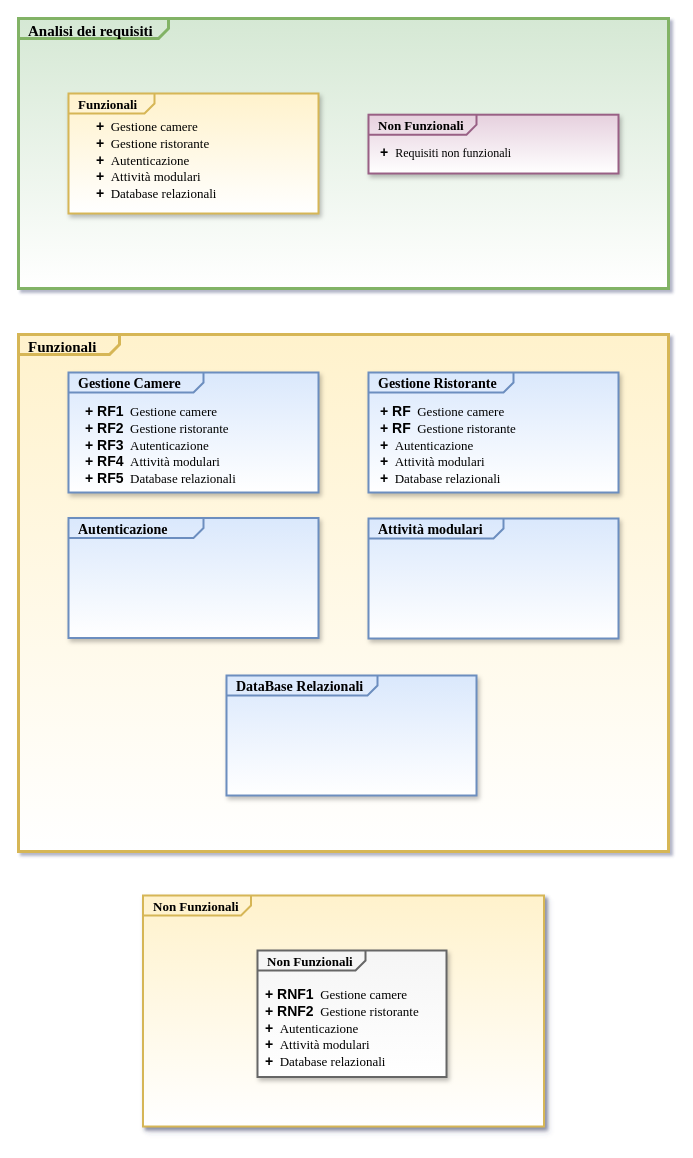
Raccispini/Progetto-Hotel keeps this draw.io diagram as analisi_dei_requisiti.drawio. Above is the earlier version. Source tidied: cells renumbered, new cells numbered last; positions are measured from the earlier drawing's top-left corner, leaving out a move shared by most shapes. Both pictures are drawn from the tidied source at 100%, with x=0, y=0 at pixel (18, 18).
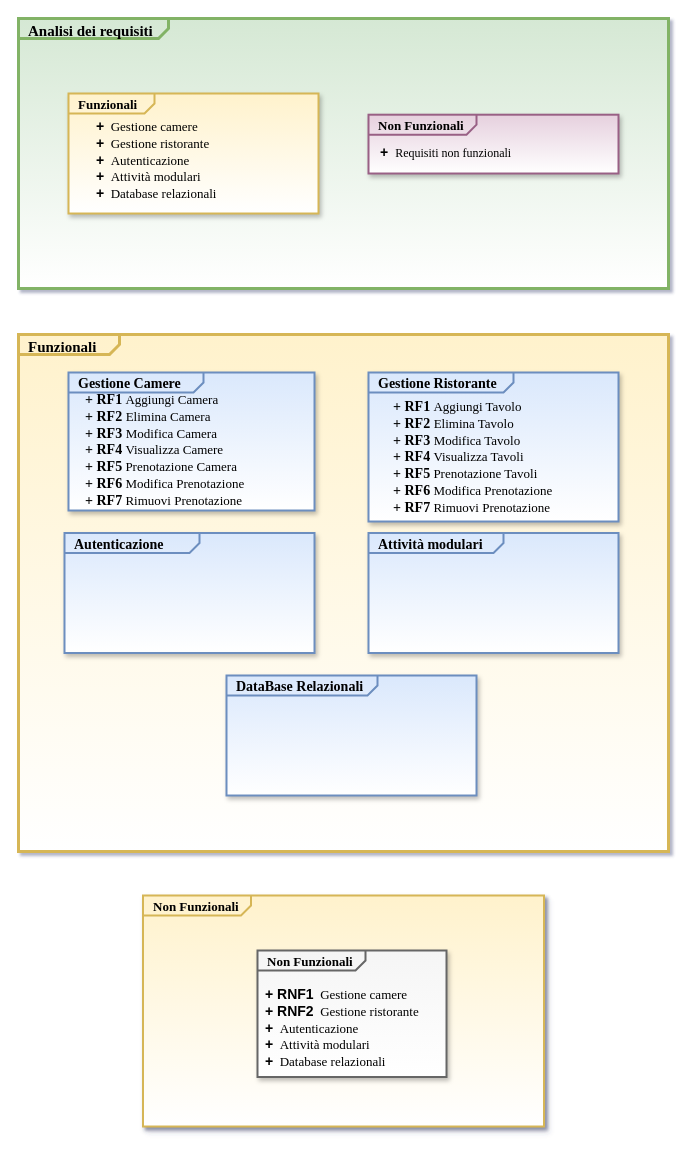
After the change.

The edit, as a diff of the source:
```diff
@@
 <mxGraphModel shadow="1">
   <root>
     <mxCell id="0" />
     <mxCell id="1" parent="0" />
     <mxCell id="2" value="&lt;p style=&quot;margin: 0px ; margin-top: 4px ; margin-left: 10px ; text-align: left&quot;&gt;&lt;b&gt;&lt;font face=&quot;Times New Roman&quot; style=&quot;font-size: 15px&quot;&gt;Analisi dei requisiti&lt;/font&gt;&lt;/b&gt;&lt;/p&gt;" style="html=1;shape=mxgraph.sysml.package;align=left;spacingLeft=5;verticalAlign=top;spacingTop=-3;labelX=150;html=1;overflow=fill;strokeColor=#82b366;strokeWidth=3;fillColor=#d5e8d4;gradientColor=#FFFFFF;" parent="1" vertex="1">
       <mxGeometry width="650" height="270" as="geometry" />
     </mxCell>
     <mxCell id="3" value="&lt;p style=&quot;margin: 0px ; margin-top: 4px ; margin-left: 10px ; text-align: left&quot;&gt;&lt;b&gt;&lt;font style=&quot;font-size: 13px&quot; face=&quot;Times New Roman&quot;&gt;Non Funzionali&lt;/font&gt;&lt;/b&gt;&lt;/p&gt;" style="html=1;shape=mxgraph.sysml.package;align=left;spacingLeft=5;verticalAlign=top;spacingTop=-3;labelX=108;html=1;overflow=fill;strokeColor=#996185;strokeWidth=2;fontSize=12;fillColor=#e6d0de;shadow=1;gradientColor=#FFFFFF;" parent="1" vertex="1">
       <mxGeometry x="350" y="96.2" width="250" height="58.8" as="geometry" />
     </mxCell>
     <mxCell id="4" value="&lt;p style=&quot;margin: 0px ; margin-top: 4px ; margin-left: 10px ; text-align: left&quot;&gt;&lt;b&gt;&lt;font face=&quot;Times New Roman&quot; style=&quot;font-size: 13px&quot;&gt;Funzionali&lt;/font&gt;&lt;/b&gt;&lt;/p&gt;" style="html=1;shape=mxgraph.sysml.package;align=left;spacingLeft=5;verticalAlign=top;spacingTop=-3;labelX=86;html=1;overflow=fill;fontSize=12;strokeColor=#d6b656;fillColor=#fff2cc;strokeWidth=2;shadow=1;gradientColor=#FFFFFF;" parent="1" vertex="1">
       <mxGeometry x="50" y="75" width="250" height="120" as="geometry" />
     </mxCell>
     <mxCell id="5" value="&lt;font&gt;&lt;font&gt;&lt;b&gt;&lt;font style=&quot;font-size: 14px&quot;&gt;+&lt;/font&gt;&lt;font face=&quot;Times New Roman&quot; style=&quot;font-size: 13px&quot;&gt;&amp;nbsp;&amp;nbsp;&lt;/font&gt;&lt;/b&gt;&lt;/font&gt;&lt;span style=&quot;font-size: 13px ; font-family: &amp;#34;times new roman&amp;#34;&quot;&gt;Gestione camere&lt;/span&gt;&lt;br&gt;&lt;b&gt;&lt;font style=&quot;font-size: 14px&quot;&gt;+&lt;/font&gt;&lt;/b&gt;&lt;span style=&quot;font-size: 13px ; font-family: &amp;#34;times new roman&amp;#34;&quot;&gt;&amp;nbsp;&lt;/span&gt;&lt;span style=&quot;font-size: 13px ; font-family: &amp;#34;times new roman&amp;#34;&quot;&gt;&amp;nbsp;Gestione ristorante&lt;/span&gt;&lt;br&gt;&lt;b&gt;&lt;font style=&quot;font-size: 14px&quot;&gt;+&lt;/font&gt;&lt;/b&gt;&lt;span style=&quot;font-size: 13px ; font-family: &amp;#34;times new roman&amp;#34;&quot;&gt;&amp;nbsp;&amp;nbsp;&lt;/span&gt;&lt;span style=&quot;font-size: 13px ; font-family: &amp;#34;times new roman&amp;#34;&quot;&gt;Autenticazione&lt;/span&gt;&lt;br&gt;&lt;b&gt;&lt;font style=&quot;font-size: 14px&quot;&gt;+&lt;/font&gt;&lt;/b&gt;&lt;span style=&quot;font-size: 13px ; font-family: &amp;#34;times new roman&amp;#34;&quot;&gt;&amp;nbsp;&lt;/span&gt;&lt;span style=&quot;font-size: 13px ; font-family: &amp;#34;times new roman&amp;#34;&quot;&gt;&amp;nbsp;Attività modulari&lt;/span&gt;&lt;br&gt;&lt;b&gt;&lt;font style=&quot;font-size: 14px&quot;&gt;+&lt;/font&gt;&lt;/b&gt;&lt;span style=&quot;font-size: 13px ; font-family: &amp;#34;times new roman&amp;#34;&quot;&gt;&amp;nbsp;&lt;/span&gt;&lt;span style=&quot;font-size: 13px ; font-family: &amp;#34;times new roman&amp;#34;&quot;&gt;&amp;nbsp;Database relazionali&lt;/span&gt;&lt;/font&gt;" style="text;strokeColor=none;fillColor=none;html=1;whiteSpace=wrap;verticalAlign=middle;overflow=hidden;" parent="1" vertex="1">
       <mxGeometry x="76" y="97.5" width="160" height="85" as="geometry" />
     </mxCell>
     <mxCell id="6" value="&lt;b style=&quot;font-size: 14px&quot;&gt;+&lt;font face=&quot;Times New Roman&quot;&gt;&amp;nbsp;&amp;nbsp;&lt;/font&gt;&lt;/b&gt;&lt;span style=&quot;font-family: &amp;#34;times new roman&amp;#34;&quot;&gt;Requisiti non funzionali&lt;/span&gt;&lt;br&gt;&lt;div&gt;&lt;br&gt;&lt;/div&gt;" style="text;html=1;whiteSpace=wrap;verticalAlign=middle;overflow=hidden;" parent="1" vertex="1">
       <mxGeometry x="360" y="123" width="180" height="30" as="geometry" />
     </mxCell>
     <mxCell id="7" value="&lt;p style=&quot;margin: 0px ; margin-top: 4px ; margin-left: 10px ; text-align: left&quot;&gt;&lt;b&gt;&lt;font style=&quot;font-size: 15px&quot; face=&quot;Times New Roman&quot;&gt;Funzionali&lt;/font&gt;&lt;/b&gt;&lt;/p&gt;" style="html=1;shape=mxgraph.sysml.package;align=left;spacingLeft=5;verticalAlign=top;spacingTop=0;labelX=101;html=1;overflow=fill;strokeColor=#d6b656;fillColor=#fff2cc;strokeWidth=3;noLabel=0;gradientColor=#FFFFFF;" parent="1" vertex="1">
       <mxGeometry y="316" width="650" height="517" as="geometry" />
     </mxCell>
     <mxCell id="8" value="&lt;p style=&quot;margin: 0px ; margin-top: 4px ; margin-left: 10px ; text-align: left&quot;&gt;&lt;b&gt;&lt;font style=&quot;font-size: 14px&quot; face=&quot;Times New Roman&quot;&gt;Gestione Camere&lt;/font&gt;&lt;/b&gt;&lt;/p&gt;" style="html=1;shape=mxgraph.sysml.package;align=left;spacingLeft=5;verticalAlign=top;spacingTop=-3;labelX=135;html=1;overflow=fill;strokeColor=#6c8ebf;strokeWidth=2;fontSize=12;fillColor=#dae8fc;shadow=1;gradientColor=#FFFFFF;" parent="1" vertex="1">
-      <mxGeometry x="50" y="354" width="250" height="120" as="geometry" />
+      <mxGeometry x="50" y="354" width="246" height="138" as="geometry" />
     </mxCell>
     <mxCell id="9" value="&lt;p style=&quot;margin: 0px ; margin-top: 4px ; margin-left: 10px ; text-align: left&quot;&gt;&lt;b&gt;&lt;font style=&quot;font-size: 14px&quot; face=&quot;Times New Roman&quot;&gt;Gestione Ristorante&lt;/font&gt;&lt;/b&gt;&lt;/p&gt;" style="html=1;shape=mxgraph.sysml.package;align=left;spacingLeft=5;verticalAlign=top;spacingTop=-3;labelX=145;html=1;overflow=fill;strokeColor=#6c8ebf;strokeWidth=2;fontSize=12;fillColor=#dae8fc;shadow=1;gradientColor=#FFFFFF;" parent="1" vertex="1">
-      <mxGeometry x="350" y="354" width="250" height="120" as="geometry" />
+      <mxGeometry x="350" y="354" width="250" height="149" as="geometry" />
     </mxCell>
-    <mxCell id="10" value="&lt;font&gt;&lt;font&gt;&lt;b&gt;&lt;font style=&quot;font-size: 14px&quot;&gt;+ RF1&lt;/font&gt;&lt;font face=&quot;Times New Roman&quot; style=&quot;font-size: 13px&quot;&gt;&amp;nbsp;&amp;nbsp;&lt;/font&gt;&lt;/b&gt;&lt;/font&gt;&lt;span style=&quot;font-size: 13px ; font-family: &amp;#34;times new roman&amp;#34;&quot;&gt;Gestione camere&lt;/span&gt;&lt;br&gt;&lt;b&gt;&lt;font style=&quot;font-size: 14px&quot;&gt;+ RF2&lt;/font&gt;&lt;/b&gt;&lt;span style=&quot;font-size: 13px ; font-family: &amp;#34;times new roman&amp;#34;&quot;&gt;&amp;nbsp;&lt;/span&gt;&lt;span style=&quot;font-size: 13px ; font-family: &amp;#34;times new roman&amp;#34;&quot;&gt;&amp;nbsp;Gestione ristorante&lt;/span&gt;&lt;br&gt;&lt;b&gt;&lt;font style=&quot;font-size: 14px&quot;&gt;+ RF3&lt;/font&gt;&lt;/b&gt;&lt;span style=&quot;font-size: 13px ; font-family: &amp;#34;times new roman&amp;#34;&quot;&gt;&amp;nbsp;&amp;nbsp;&lt;/span&gt;&lt;span style=&quot;font-size: 13px ; font-family: &amp;#34;times new roman&amp;#34;&quot;&gt;Autenticazione&lt;/span&gt;&lt;br&gt;&lt;b&gt;&lt;font style=&quot;font-size: 14px&quot;&gt;+ RF4&lt;/font&gt;&lt;/b&gt;&lt;span style=&quot;font-size: 13px ; font-family: &amp;#34;times new roman&amp;#34;&quot;&gt;&amp;nbsp;&lt;/span&gt;&lt;span style=&quot;font-size: 13px ; font-family: &amp;#34;times new roman&amp;#34;&quot;&gt;&amp;nbsp;Attività modulari&lt;/span&gt;&lt;br&gt;&lt;b&gt;&lt;font style=&quot;font-size: 14px&quot;&gt;+ RF5&lt;/font&gt;&lt;/b&gt;&lt;span style=&quot;font-size: 13px ; font-family: &amp;#34;times new roman&amp;#34;&quot;&gt;&amp;nbsp;&lt;/span&gt;&lt;span style=&quot;font-size: 13px ; font-family: &amp;#34;times new roman&amp;#34;&quot;&gt;&amp;nbsp;Database relazionali&lt;/span&gt;&lt;/font&gt;" style="text;strokeColor=none;fillColor=none;html=1;whiteSpace=wrap;verticalAlign=middle;overflow=hidden;" parent="1" vertex="1">
-      <mxGeometry x="65" y="382" width="160" height="85" as="geometry" />
+    <mxCell id="10" value="&lt;font&gt;&lt;font&gt;&lt;font style=&quot;font-weight: bold ; font-size: 14px&quot;&gt;+ RF1&lt;/font&gt;&lt;font style=&quot;font-size: 13px&quot;&gt;&lt;b&gt;&amp;nbsp;&lt;/b&gt;Aggiungi Camera&lt;br&gt;&lt;/font&gt;&lt;/font&gt;&lt;span style=&quot;font-size: 14px ; font-weight: 700&quot;&gt;+ RF2 &lt;/span&gt;&lt;font style=&quot;font-size: 13px&quot;&gt;Elimina Camera&lt;/font&gt;&lt;br&gt;&lt;span style=&quot;font-size: 14px ; font-weight: 700&quot;&gt;+ RF3 &lt;/span&gt;&lt;font style=&quot;font-size: 13px&quot;&gt;Modifica Camera&lt;/font&gt;&lt;br&gt;&lt;b&gt;&lt;font style=&quot;font-size: 14px&quot;&gt;+ RF4&lt;/font&gt;&lt;/b&gt;&lt;span style=&quot;font-size: 13px&quot;&gt;&amp;nbsp;&lt;/span&gt;&lt;span style=&quot;font-size: 13px&quot;&gt;Visualizza Camere&lt;/span&gt;&lt;br&gt;&lt;b&gt;&lt;font style=&quot;font-size: 14px&quot;&gt;+ RF5&lt;/font&gt;&lt;/b&gt;&lt;span style=&quot;font-size: 13px&quot;&gt;&amp;nbsp;Prenotazione Camera&lt;/span&gt;&lt;br&gt;&lt;b&gt;&lt;font style=&quot;font-size: 14px&quot;&gt;+ RF6&lt;/font&gt;&lt;/b&gt;&lt;span style=&quot;font-size: 13px&quot;&gt;&amp;nbsp;&lt;/span&gt;&lt;span style=&quot;font-size: 13px&quot;&gt;Modifica Prenotazione&lt;/span&gt;&lt;br&gt;&lt;b&gt;&lt;font style=&quot;font-size: 14px&quot;&gt;+ RF7&lt;/font&gt;&lt;/b&gt;&lt;span style=&quot;font-size: 13px&quot;&gt;&amp;nbsp;&lt;/span&gt;&lt;span style=&quot;font-size: 13px&quot;&gt;Rimuovi Prenotazione&lt;/span&gt;&lt;/font&gt;" style="text;strokeColor=none;fillColor=none;html=1;whiteSpace=wrap;verticalAlign=middle;overflow=hidden;fontFamily=Times New Roman;" parent="1" vertex="1">
+      <mxGeometry x="65" y="371.5" width="220" height="120.5" as="geometry" />
     </mxCell>
-    <mxCell id="11" value="&lt;font&gt;&lt;font&gt;&lt;b&gt;&lt;font style=&quot;font-size: 14px&quot;&gt;+ RF&lt;/font&gt;&lt;font face=&quot;Times New Roman&quot; style=&quot;font-size: 13px&quot;&gt;&amp;nbsp;&amp;nbsp;&lt;/font&gt;&lt;/b&gt;&lt;/font&gt;&lt;span style=&quot;font-size: 13px ; font-family: &amp;#34;times new roman&amp;#34;&quot;&gt;Gestione camere&lt;/span&gt;&lt;br&gt;&lt;b&gt;&lt;font style=&quot;font-size: 14px&quot;&gt;+ RF&lt;/font&gt;&lt;/b&gt;&lt;span style=&quot;font-size: 13px ; font-family: &amp;#34;times new roman&amp;#34;&quot;&gt;&amp;nbsp;&lt;/span&gt;&lt;span style=&quot;font-size: 13px ; font-family: &amp;#34;times new roman&amp;#34;&quot;&gt;&amp;nbsp;Gestione ristorante&lt;/span&gt;&lt;br&gt;&lt;b&gt;&lt;font style=&quot;font-size: 14px&quot;&gt;+&lt;/font&gt;&lt;/b&gt;&lt;span style=&quot;font-size: 13px ; font-family: &amp;#34;times new roman&amp;#34;&quot;&gt;&amp;nbsp;&amp;nbsp;&lt;/span&gt;&lt;span style=&quot;font-size: 13px ; font-family: &amp;#34;times new roman&amp;#34;&quot;&gt;Autenticazione&lt;/span&gt;&lt;br&gt;&lt;b&gt;&lt;font style=&quot;font-size: 14px&quot;&gt;+&lt;/font&gt;&lt;/b&gt;&lt;span style=&quot;font-size: 13px ; font-family: &amp;#34;times new roman&amp;#34;&quot;&gt;&amp;nbsp;&lt;/span&gt;&lt;span style=&quot;font-size: 13px ; font-family: &amp;#34;times new roman&amp;#34;&quot;&gt;&amp;nbsp;Attività modulari&lt;/span&gt;&lt;br&gt;&lt;b&gt;&lt;font style=&quot;font-size: 14px&quot;&gt;+&lt;/font&gt;&lt;/b&gt;&lt;span style=&quot;font-size: 13px ; font-family: &amp;#34;times new roman&amp;#34;&quot;&gt;&amp;nbsp;&lt;/span&gt;&lt;span style=&quot;font-size: 13px ; font-family: &amp;#34;times new roman&amp;#34;&quot;&gt;&amp;nbsp;Database relazionali&lt;/span&gt;&lt;/font&gt;" style="text;strokeColor=none;fillColor=none;html=1;whiteSpace=wrap;verticalAlign=middle;overflow=hidden;" parent="1" vertex="1">
-      <mxGeometry x="360" y="382" width="160" height="85" as="geometry" />
-    </mxCell>
     <mxCell id="12" value="&lt;p style=&quot;margin: 0px ; margin-top: 4px ; margin-left: 10px ; text-align: left&quot;&gt;&lt;b&gt;&lt;font style=&quot;font-size: 14px&quot; face=&quot;Times New Roman&quot;&gt;Autenticazione&lt;/font&gt;&lt;/b&gt;&lt;/p&gt;" style="html=1;shape=mxgraph.sysml.package;align=left;spacingLeft=5;verticalAlign=top;spacingTop=-3;labelX=135;html=1;overflow=fill;strokeColor=#6c8ebf;strokeWidth=2;fontSize=12;fillColor=#dae8fc;shadow=1;gradientColor=#FFFFFF;" parent="1" vertex="1">
-      <mxGeometry x="50" y="499.5" width="250" height="120" as="geometry" />
+      <mxGeometry x="46" y="514.5" width="250" height="120" as="geometry" />
     </mxCell>
     <mxCell id="13" value="&lt;p style=&quot;margin: 0px ; margin-top: 4px ; margin-left: 10px ; text-align: left&quot;&gt;&lt;b&gt;&lt;font style=&quot;font-size: 14px&quot; face=&quot;Times New Roman&quot;&gt;Attività modulari&lt;/font&gt;&lt;/b&gt;&lt;/p&gt;" style="html=1;shape=mxgraph.sysml.package;align=left;spacingLeft=5;verticalAlign=top;spacingTop=-3;labelX=135;html=1;overflow=fill;strokeColor=#6c8ebf;strokeWidth=2;fontSize=12;fillColor=#dae8fc;shadow=1;gradientColor=#FFFFFF;" parent="1" vertex="1">
-      <mxGeometry x="350" y="500" width="250" height="120" as="geometry" />
+      <mxGeometry x="350" y="514.5" width="250" height="120" as="geometry" />
     </mxCell>
     <mxCell id="14" value="&lt;p style=&quot;margin: 0px ; margin-top: 4px ; margin-left: 10px ; text-align: left&quot;&gt;&lt;b&gt;&lt;font style=&quot;font-size: 14px&quot; face=&quot;Times New Roman&quot;&gt;DataBase Relazionali&lt;/font&gt;&lt;/b&gt;&lt;/p&gt;" style="html=1;shape=mxgraph.sysml.package;align=left;spacingLeft=5;verticalAlign=top;spacingTop=-3;labelX=151;html=1;overflow=fill;strokeColor=#6c8ebf;strokeWidth=2;fontSize=12;fillColor=#dae8fc;shadow=1;gradientColor=#FFFFFF;" parent="1" vertex="1">
       <mxGeometry x="208" y="657" width="250" height="120" as="geometry" />
     </mxCell>
     <mxCell id="15" value="&lt;p style=&quot;margin: 0px ; margin-top: 4px ; margin-left: 10px ; text-align: left&quot;&gt;&lt;b&gt;&lt;font style=&quot;font-size: 13px&quot; face=&quot;Times New Roman&quot;&gt;Non Funzionali&lt;/font&gt;&lt;/b&gt;&lt;/p&gt;" style="html=1;shape=mxgraph.sysml.package;align=left;spacingLeft=5;verticalAlign=top;spacingTop=-3;labelX=108;html=1;overflow=fill;strokeWidth=2;fontSize=12;shadow=1;strokeColor=#d6b656;fillColor=#fff2cc;gradientColor=#FFFFFF;" parent="1" vertex="1">
       <mxGeometry x="124.5" y="877" width="401" height="231" as="geometry" />
     </mxCell>
     <mxCell id="16" value="&lt;p style=&quot;margin: 0px ; margin-top: 4px ; margin-left: 10px ; text-align: left&quot;&gt;&lt;b&gt;&lt;font style=&quot;font-size: 13px&quot; face=&quot;Times New Roman&quot;&gt;Non Funzionali&lt;/font&gt;&lt;/b&gt;&lt;/p&gt;" style="html=1;shape=mxgraph.sysml.package;align=left;spacingLeft=5;verticalAlign=top;spacingTop=-3;labelX=108;html=1;overflow=fill;strokeWidth=2;fontSize=12;shadow=1;strokeColor=#666666;fillColor=#f5f5f5;gradientColor=#FFFFFF;" parent="1" vertex="1">
       <mxGeometry x="239" y="932" width="189" height="126.5" as="geometry" />
     </mxCell>
     <mxCell id="17" value="&lt;font&gt;&lt;font&gt;&lt;b&gt;&lt;font style=&quot;font-size: 14px&quot;&gt;+ RNF1&lt;/font&gt;&lt;font face=&quot;Times New Roman&quot; style=&quot;font-size: 13px&quot;&gt;&amp;nbsp;&amp;nbsp;&lt;/font&gt;&lt;/b&gt;&lt;/font&gt;&lt;span style=&quot;font-size: 13px ; font-family: &amp;#34;times new roman&amp;#34;&quot;&gt;Gestione camere&lt;/span&gt;&lt;br&gt;&lt;b&gt;&lt;font style=&quot;font-size: 14px&quot;&gt;+ RNF2&lt;/font&gt;&lt;/b&gt;&lt;span style=&quot;font-size: 13px ; font-family: &amp;#34;times new roman&amp;#34;&quot;&gt;&amp;nbsp;&lt;/span&gt;&lt;span style=&quot;font-size: 13px ; font-family: &amp;#34;times new roman&amp;#34;&quot;&gt;&amp;nbsp;Gestione ristorante&lt;/span&gt;&lt;br&gt;&lt;b&gt;&lt;font style=&quot;font-size: 14px&quot;&gt;+&lt;/font&gt;&lt;/b&gt;&lt;span style=&quot;font-size: 13px ; font-family: &amp;#34;times new roman&amp;#34;&quot;&gt;&amp;nbsp;&amp;nbsp;&lt;/span&gt;&lt;span style=&quot;font-size: 13px ; font-family: &amp;#34;times new roman&amp;#34;&quot;&gt;Autenticazione&lt;/span&gt;&lt;br&gt;&lt;b&gt;&lt;font style=&quot;font-size: 14px&quot;&gt;+&lt;/font&gt;&lt;/b&gt;&lt;span style=&quot;font-size: 13px ; font-family: &amp;#34;times new roman&amp;#34;&quot;&gt;&amp;nbsp;&lt;/span&gt;&lt;span style=&quot;font-size: 13px ; font-family: &amp;#34;times new roman&amp;#34;&quot;&gt;&amp;nbsp;Attività modulari&lt;/span&gt;&lt;br&gt;&lt;b&gt;&lt;font style=&quot;font-size: 14px&quot;&gt;+&lt;/font&gt;&lt;/b&gt;&lt;span style=&quot;font-size: 13px ; font-family: &amp;#34;times new roman&amp;#34;&quot;&gt;&amp;nbsp;&lt;/span&gt;&lt;span style=&quot;font-size: 13px ; font-family: &amp;#34;times new roman&amp;#34;&quot;&gt;&amp;nbsp;Database relazionali&lt;/span&gt;&lt;/font&gt;" style="text;strokeColor=none;fillColor=none;html=1;whiteSpace=wrap;verticalAlign=middle;overflow=hidden;" parent="1" vertex="1">
       <mxGeometry x="245" y="965" width="160" height="85" as="geometry" />
     </mxCell>
+    <mxCell id="18" value="&lt;font&gt;&lt;font&gt;&lt;font style=&quot;font-weight: bold ; font-size: 14px&quot;&gt;+ RF1&lt;/font&gt;&lt;font style=&quot;font-size: 13px&quot;&gt;&lt;b&gt;&amp;nbsp;&lt;/b&gt;Aggiungi Tavolo&lt;br&gt;&lt;/font&gt;&lt;/font&gt;&lt;span style=&quot;font-size: 14px ; font-weight: 700&quot;&gt;+ RF2 &lt;/span&gt;&lt;font style=&quot;font-size: 13px&quot;&gt;Elimina Tavolo&lt;/font&gt;&lt;br&gt;&lt;span style=&quot;font-size: 14px ; font-weight: 700&quot;&gt;+ RF3 &lt;/span&gt;&lt;font style=&quot;font-size: 13px&quot;&gt;Modifica Tavolo&lt;/font&gt;&lt;br&gt;&lt;b&gt;&lt;font style=&quot;font-size: 14px&quot;&gt;+ RF4&lt;/font&gt;&lt;/b&gt;&lt;span style=&quot;font-size: 13px&quot;&gt;&amp;nbsp;&lt;/span&gt;&lt;span style=&quot;font-size: 13px&quot;&gt;Visualizza Tavoli&lt;/span&gt;&lt;br&gt;&lt;b&gt;&lt;font style=&quot;font-size: 14px&quot;&gt;+ RF5&lt;/font&gt;&lt;/b&gt;&lt;span style=&quot;font-size: 13px&quot;&gt;&amp;nbsp;Prenotazione Tavoli&lt;/span&gt;&lt;br&gt;&lt;b&gt;&lt;font style=&quot;font-size: 14px&quot;&gt;+ RF6&lt;/font&gt;&lt;/b&gt;&lt;span style=&quot;font-size: 13px&quot;&gt;&amp;nbsp;&lt;/span&gt;&lt;span style=&quot;font-size: 13px&quot;&gt;Modifica Prenotazione&lt;/span&gt;&lt;br&gt;&lt;b&gt;&lt;font style=&quot;font-size: 14px&quot;&gt;+ RF7&lt;/font&gt;&lt;/b&gt;&lt;span style=&quot;font-size: 13px&quot;&gt;&amp;nbsp;&lt;/span&gt;&lt;span style=&quot;font-size: 13px&quot;&gt;Rimuovi Prenotazione&lt;/span&gt;&lt;/font&gt;" style="text;strokeColor=none;fillColor=none;html=1;whiteSpace=wrap;verticalAlign=middle;overflow=hidden;fontFamily=Times New Roman;" parent="1" vertex="1">
+      <mxGeometry x="373" y="379" width="220" height="120.5" as="geometry" />
+    </mxCell>
   </root>
 </mxGraphModel>
```
